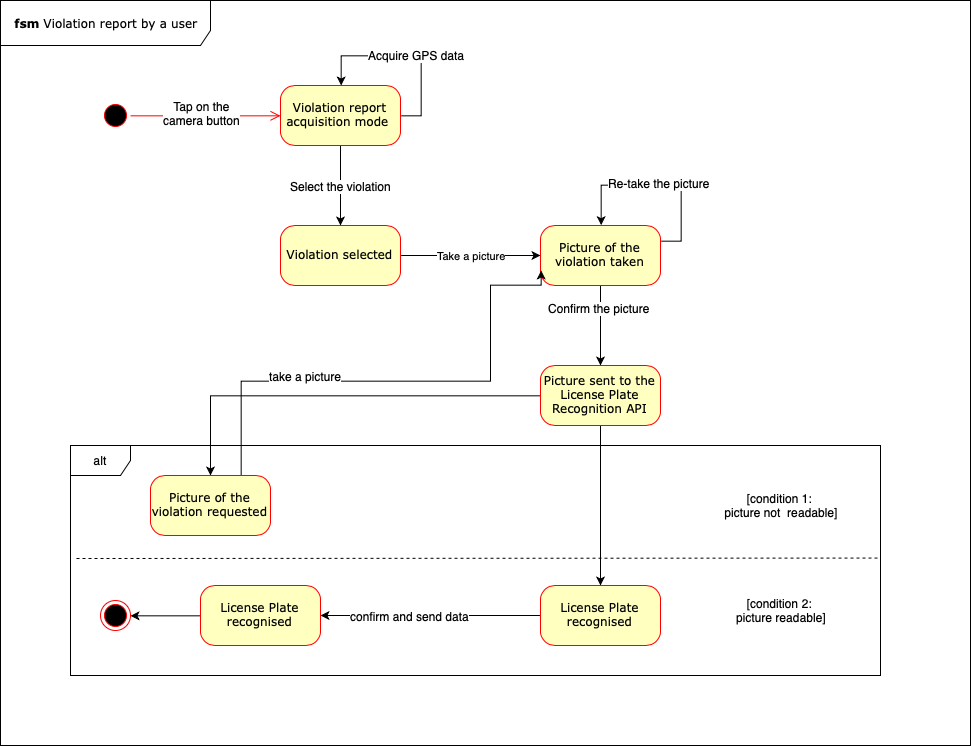
Before: RASD/Images/State_Charts/StateChart_InviaViolazione.png, a diagram exported from draw.io (ste7en/Software-Engineering-2-project-PoliMi). Source tidied: cells renumbered, new cells last; positions are measured from the earlier drawing's top-left corner, leaving out a move shared by most shapes.
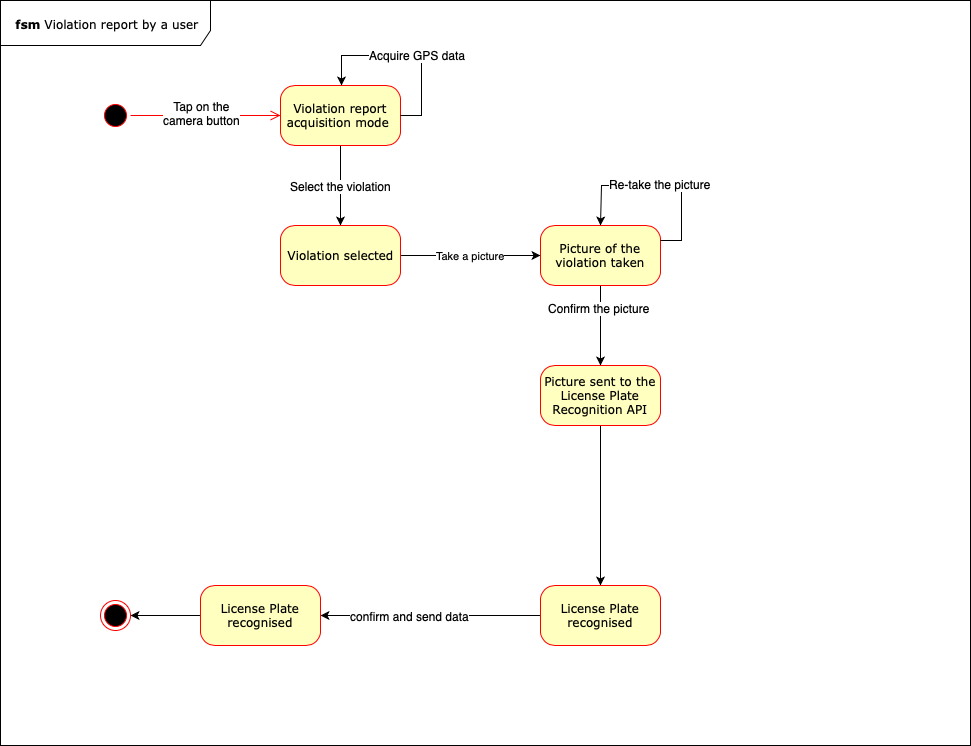
After the change.

What changed in the source:
```diff
@@ -2,9 +2,6 @@
   <root>
     <mxCell id="0" />
     <mxCell id="1" parent="0" />
-    <mxCell id="2" value="alt" style="shape=umlFrame;whiteSpace=wrap;html=1;" parent="1" vertex="1">
-      <mxGeometry x="70" y="445" width="810" height="230" as="geometry" />
-    </mxCell>
     <mxCell id="3" value="&lt;b&gt;fsm &lt;/b&gt;Violation report by a user" style="shape=umlFrame;whiteSpace=wrap;html=1;rounded=1;shadow=0;comic=0;labelBackgroundColor=none;strokeColor=#000000;strokeWidth=1;fillColor=#ffffff;fontFamily=Verdana;fontSize=12;fontColor=#000000;align=center;width=210;height=45;" parent="1" vertex="1">
       <mxGeometry width="970" height="745" as="geometry" />
     </mxCell>
@@ -35,9 +32,6 @@
     <mxCell id="12" value="Picture of the violation taken" style="rounded=1;whiteSpace=wrap;html=1;arcSize=24;fillColor=#ffffc0;strokeColor=#ff0000;shadow=0;comic=0;labelBackgroundColor=none;fontFamily=Verdana;fontSize=12;fontColor=#000000;align=center;" parent="1" vertex="1">
       <mxGeometry x="540" y="225" width="120" height="60" as="geometry" />
     </mxCell>
-    <mxCell id="13" style="edgeStyle=orthogonalEdgeStyle;rounded=0;jettySize=auto;html=1;" parent="1" edge="1" source="15" target="23">
-      <mxGeometry relative="1" as="geometry" />
-    </mxCell>
     <mxCell id="14" style="edgeStyle=orthogonalEdgeStyle;rounded=0;jettySize=auto;html=1;" parent="1" edge="1" source="15" target="18">
       <mxGeometry relative="1" as="geometry" />
     </mxCell>
@@ -61,24 +55,6 @@
     <mxCell id="20" value="License Plate recognised" style="rounded=1;whiteSpace=wrap;html=1;arcSize=24;fillColor=#ffffc0;strokeColor=#ff0000;shadow=0;comic=0;labelBackgroundColor=none;fontFamily=Verdana;fontSize=12;fontColor=#000000;align=center;" parent="1" vertex="1">
       <mxGeometry x="200" y="585" width="120" height="60" as="geometry" />
     </mxCell>
-    <mxCell id="21" style="edgeStyle=orthogonalEdgeStyle;rounded=0;jettySize=auto;html=1;exitX=0.75;exitY=0;exitDx=0;exitDy=0;entryX=0;entryY=0.75;entryDx=0;entryDy=0;" parent="1" edge="1" source="23" target="12">
-      <mxGeometry relative="1" as="geometry">
-        <Array as="points">
-          <mxPoint x="241" y="381" />
-          <mxPoint x="490" y="381" />
-          <mxPoint x="490" y="285" />
-          <mxPoint x="541" y="285" />
-        </Array>
-      </mxGeometry>
-    </mxCell>
-    <mxCell id="22" value="take a picture" style="text;html=1;align=center;verticalAlign=middle;labelBackgroundColor=#ffffff;" parent="21" vertex="1">
-      <mxGeometry x="-0.63" y="-64" relative="1" as="geometry">
-        <mxPoint x="64" y="-69" as="offset" />
-      </mxGeometry>
-    </mxCell>
-    <mxCell id="23" value="Picture of the violation requested" style="rounded=1;whiteSpace=wrap;html=1;arcSize=24;fillColor=#ffffc0;strokeColor=#ff0000;shadow=0;comic=0;labelBackgroundColor=none;fontFamily=Verdana;fontSize=12;fontColor=#000000;align=center;" parent="1" vertex="1">
-      <mxGeometry x="150" y="475" width="120" height="60" as="geometry" />
-    </mxCell>
     <mxCell id="24" style="edgeStyle=orthogonalEdgeStyle;html=1;labelBackgroundColor=none;endArrow=open;endSize=8;strokeColor=#ff0000;fontFamily=Verdana;fontSize=12;align=left;" parent="1" edge="1" source="4" target="7">
       <mxGeometry relative="1" as="geometry" />
     </mxCell>
@@ -111,18 +87,6 @@
     <mxCell id="29" value="Re-take the picture" style="text;html=1;align=center;verticalAlign=middle;labelBackgroundColor=#ffffff;" parent="28" vertex="1">
       <mxGeometry y="-2" relative="1" as="geometry" />
     </mxCell>
-    <mxCell id="30" style="endArrow=none;dashed=1;html=1;entryX=1.002;entryY=0.172;entryDx=0;entryDy=0;entryPerimeter=0;" parent="1" edge="1">
-      <mxGeometry relative="1" as="geometry">
-        <mxPoint x="76" y="558" as="sourcePoint" />
-        <mxPoint x="877.6" y="557.6" as="targetPoint" />
-      </mxGeometry>
-    </mxCell>
-    <mxCell id="31" value="[condition 1: &lt;br&gt;picture not &amp;nbsp;readable]" style="text;html=1;strokeColor=none;fillColor=none;align=center;verticalAlign=middle;whiteSpace=wrap;rounded=0;" parent="1" vertex="1">
-      <mxGeometry x="710" y="480" width="140" height="50" as="geometry" />
-    </mxCell>
-    <mxCell id="32" value="[condition 2: &lt;br&gt;picture readable]" style="text;html=1;strokeColor=none;fillColor=none;align=center;verticalAlign=middle;whiteSpace=wrap;rounded=0;" parent="1" vertex="1">
-      <mxGeometry x="710" y="585" width="140" height="50" as="geometry" />
-    </mxCell>
     <mxCell id="33" style="ellipse;html=1;shape=endState;fillColor=#000000;strokeColor=#ff0000;" parent="1" vertex="1">
       <mxGeometry x="100" y="600" width="30" height="30" as="geometry" />
     </mxCell>
```
